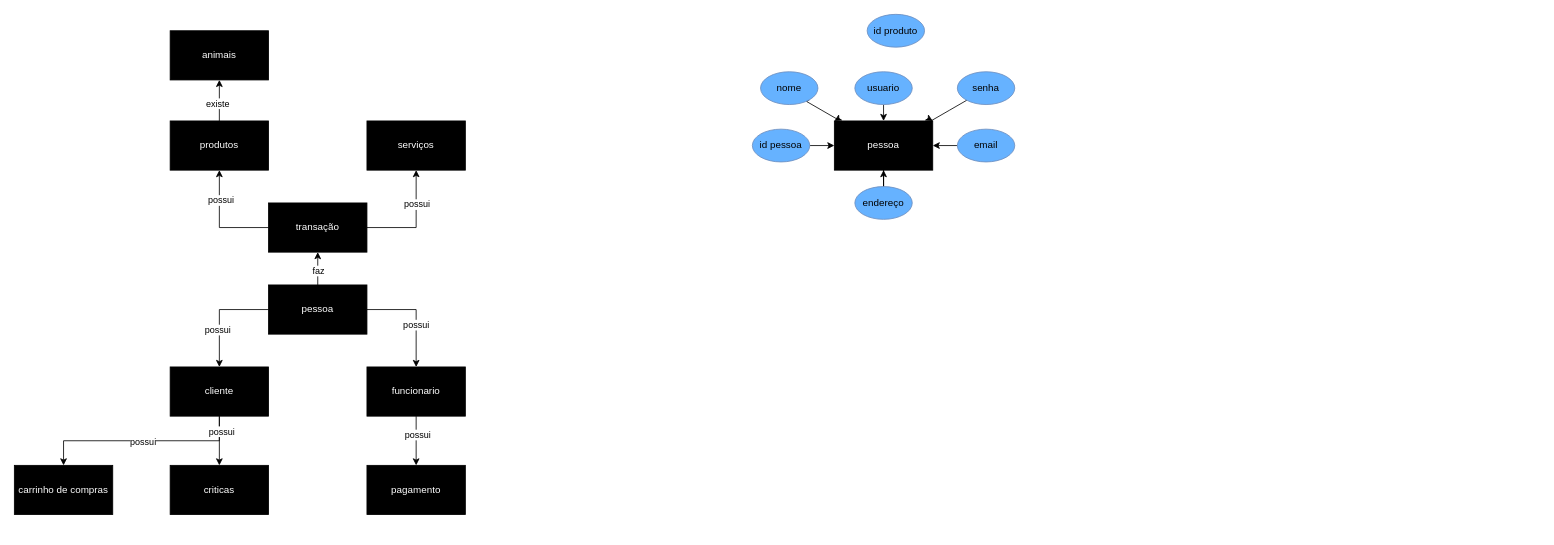
Above: projeto banco de dados.drawio in morteerror404/faculdade_ciber_pucpr_morteerror404 (draw.io), before the change. Source tidied: cells renumbered, new cells numbered last; positions are measured from the earlier drawing's top-left corner, leaving out a move shared by most shapes. Both pictures are drawn from the tidied source at 82%, with x=0, y=0 at pixel (14, 14).
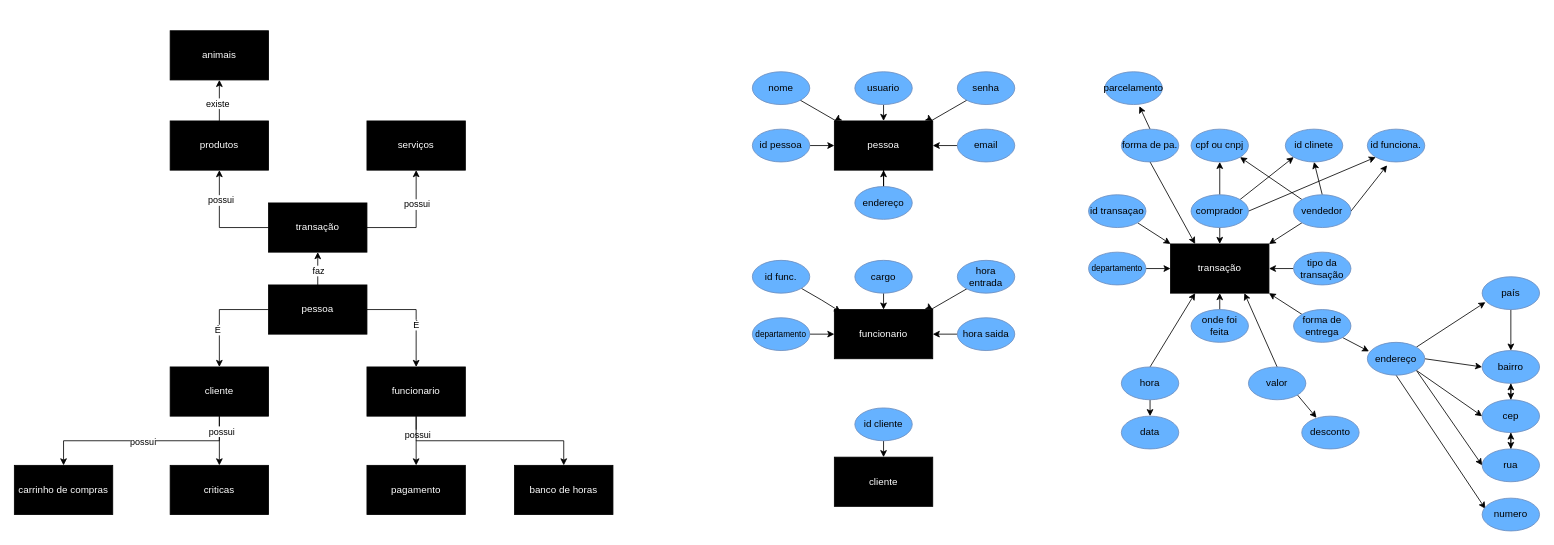
The same diagram, later.

Unchanged cells that the change refers to:
```xml
<mxCell id="2" style="edgeStyle=orthogonalEdgeStyle;rounded=0;jettySize=auto;html=1;exitX=1;exitY=0.5;exitDx=0;exitDy=0;" parent="1" edge="1" source="8" target="17">
  <mxGeometry relative="1" as="geometry" />
</mxCell>
<mxCell id="4" style="edgeStyle=orthogonalEdgeStyle;rounded=0;jettySize=auto;html=1;exitX=0;exitY=0.5;exitDx=0;exitDy=0;entryX=0.5;entryY=0;entryDx=0;entryDy=0;" parent="1" edge="1" source="8" target="14">
  <mxGeometry relative="1" as="geometry" />
</mxCell>
<mxCell id="17" value="&lt;font color=&quot;#ffffff&quot;&gt;funcionario&lt;br&gt;&lt;/font&gt;" style="rounded=0;whiteSpace=wrap;html=1;fillColor=#000000;" parent="1" vertex="1">
  <mxGeometry x="430" y="430" width="120" height="60" as="geometry" />
</mxCell>
```

What changed in the source:
```diff
@@
-    <mxCell id="3" value="possui" style="edgeLabel;html=1;align=center;verticalAlign=middle;" parent="2" vertex="1">
+    <mxCell id="3" value="É" style="edgeLabel;html=1;align=center;verticalAlign=middle;" parent="2" vertex="1">
       <mxGeometry x="0.2" y="-1" relative="1" as="geometry" />
     </mxCell>
@@
-    <mxCell id="5" value="possui" style="edgeLabel;html=1;align=center;verticalAlign=middle;" parent="4" vertex="1">
+    <mxCell id="5" value="É" style="edgeLabel;html=1;align=center;verticalAlign=middle;" parent="4" vertex="1">
       <mxGeometry x="0.29" y="-3" relative="1" as="geometry" />
     </mxCell>
@@
-    <mxCell id="9" value="id produto" style="ellipse;whiteSpace=wrap;html=1;fillColor=#66B2FF;strokeColor=#6c8ebf;" parent="1" vertex="1">
-      <mxGeometry x="1040" width="70" height="40" as="geometry" />
-    </mxCell>
@@
+    <mxCell id="44" style="edgeStyle=orthogonalEdgeStyle;rounded=0;jettySize=auto;html=1;exitX=0.5;exitY=1;exitDx=0;exitDy=0;entryX=0.5;entryY=0;entryDx=0;entryDy=0;" parent="1" edge="1" source="17" target="111">
+      <mxGeometry relative="1" as="geometry" />
+    </mxCell>
@@
     <mxCell id="35" value="nome" style="ellipse;whiteSpace=wrap;html=1;fillColor=#66B2FF;strokeColor=#6c8ebf;" parent="1" vertex="1">
-      <mxGeometry x="910" y="70" width="70" height="40" as="geometry" />
+      <mxGeometry x="900" y="70" width="70" height="40" as="geometry" />
     </mxCell>
@@
+    <mxCell id="45" value="&lt;font color=&quot;#ffffff&quot;&gt;funcionario&lt;br&gt;&lt;/font&gt;" style="rounded=0;whiteSpace=wrap;html=1;fillColor=#000000;" parent="1" vertex="1">
+      <mxGeometry x="1000" y="360" width="120" height="60" as="geometry" />
+    </mxCell>
+    <mxCell id="46" style="edgeStyle=orthogonalEdgeStyle;rounded=0;jettySize=auto;html=1;exitX=0.5;exitY=1;exitDx=0;exitDy=0;entryX=0.5;entryY=0;entryDx=0;entryDy=0;" parent="1" edge="1" source="47" target="45">
+      <mxGeometry relative="1" as="geometry" />
+    </mxCell>
+    <mxCell id="47" value="cargo" style="ellipse;whiteSpace=wrap;html=1;fillColor=#66B2FF;strokeColor=#6c8ebf;" parent="1" vertex="1">
+      <mxGeometry x="1025" y="300" width="70" height="40" as="geometry" />
+    </mxCell>
+    <mxCell id="48" style="edgeStyle=isometricEdgeStyle;rounded=0;jettySize=auto;html=1;exitX=0;exitY=1;exitDx=0;exitDy=0;entryX=1;entryY=0;entryDx=0;entryDy=0;elbow=vertical;" parent="1" edge="1" source="49" target="45">
+      <mxGeometry relative="1" as="geometry" />
+    </mxCell>
+    <mxCell id="49" value="hora entrada" style="ellipse;whiteSpace=wrap;html=1;fillColor=#66B2FF;strokeColor=#6c8ebf;" parent="1" vertex="1">
+      <mxGeometry x="1150" y="300" width="70" height="40" as="geometry" />
+    </mxCell>
+    <mxCell id="50" style="edgeStyle=orthogonalEdgeStyle;rounded=0;jettySize=auto;html=1;exitX=1;exitY=0.5;exitDx=0;exitDy=0;entryX=0;entryY=0.5;entryDx=0;entryDy=0;" parent="1" edge="1" source="51" target="45">
+      <mxGeometry relative="1" as="geometry" />
+    </mxCell>
+    <mxCell id="51" value="&lt;font style=&quot;font-size: 10px;&quot;&gt;departamento&lt;/font&gt;" style="ellipse;whiteSpace=wrap;html=1;fillColor=#66B2FF;strokeColor=#6c8ebf;" parent="1" vertex="1">
+      <mxGeometry x="900" y="370" width="70" height="40" as="geometry" />
+    </mxCell>
+    <mxCell id="52" style="edgeStyle=orthogonalEdgeStyle;rounded=0;jettySize=auto;html=1;exitX=0;exitY=0.5;exitDx=0;exitDy=0;entryX=1;entryY=0.5;entryDx=0;entryDy=0;" parent="1" edge="1" source="53" target="45">
+      <mxGeometry relative="1" as="geometry" />
+    </mxCell>
+    <mxCell id="53" value="hora saida" style="ellipse;whiteSpace=wrap;html=1;fillColor=#66B2FF;strokeColor=#6c8ebf;" parent="1" vertex="1">
+      <mxGeometry x="1150" y="370" width="70" height="40" as="geometry" />
+    </mxCell>
+    <mxCell id="54" value="&lt;font color=&quot;#ffffff&quot;&gt;cliente&lt;br&gt;&lt;/font&gt;" style="rounded=0;whiteSpace=wrap;html=1;fillColor=#000000;" parent="1" vertex="1">
+      <mxGeometry x="1000" y="540" width="120" height="60" as="geometry" />
+    </mxCell>
+    <mxCell id="55" style="edgeStyle=orthogonalEdgeStyle;rounded=0;jettySize=auto;html=1;exitX=0.5;exitY=1;exitDx=0;exitDy=0;entryX=0.5;entryY=0;entryDx=0;entryDy=0;" parent="1" edge="1" source="56" target="54">
+      <mxGeometry relative="1" as="geometry" />
+    </mxCell>
+    <mxCell id="56" value="id cliente" style="ellipse;whiteSpace=wrap;html=1;fillColor=#66B2FF;strokeColor=#6c8ebf;" parent="1" vertex="1">
+      <mxGeometry x="1025" y="480" width="70" height="40" as="geometry" />
+    </mxCell>
+    <mxCell id="57" style="edgeStyle=isometricEdgeStyle;rounded=0;jettySize=auto;html=1;exitX=1;exitY=1;exitDx=0;exitDy=0;entryX=0.067;entryY=0.05;entryDx=0;entryDy=0;entryPerimeter=0;elbow=vertical;" parent="1" edge="1" source="58" target="45">
+      <mxGeometry relative="1" as="geometry" />
+    </mxCell>
+    <mxCell id="58" value="id func." style="ellipse;whiteSpace=wrap;html=1;fillColor=#66B2FF;strokeColor=#6c8ebf;" parent="1" vertex="1">
+      <mxGeometry x="900" y="300" width="70" height="40" as="geometry" />
+    </mxCell>
+    <mxCell id="59" value="&lt;font color=&quot;#ffffff&quot;&gt;transação&lt;br&gt;&lt;/font&gt;" style="rounded=0;whiteSpace=wrap;html=1;fillColor=#000000;" parent="1" vertex="1">
+      <mxGeometry x="1410" y="280" width="120" height="60" as="geometry" />
+    </mxCell>
+    <mxCell id="60" style="edgeStyle=orthogonalEdgeStyle;rounded=0;jettySize=auto;html=1;exitX=0.5;exitY=1;exitDx=0;exitDy=0;entryX=0.5;entryY=0;entryDx=0;entryDy=0;" parent="1" edge="1" source="64" target="59">
+      <mxGeometry relative="1" as="geometry" />
+    </mxCell>
+    <mxCell id="61" style="edgeStyle=none;rounded=0;jettySize=auto;html=1;exitX=0.5;exitY=0;exitDx=0;exitDy=0;entryX=0.5;entryY=1;entryDx=0;entryDy=0;" parent="1" edge="1" source="64" target="89">
+      <mxGeometry relative="1" as="geometry" />
+    </mxCell>
+    <mxCell id="62" style="edgeStyle=none;rounded=0;jettySize=auto;html=1;exitX=1;exitY=0;exitDx=0;exitDy=0;entryX=0;entryY=1;entryDx=0;entryDy=0;" parent="1" edge="1" source="64" target="112">
+      <mxGeometry relative="1" as="geometry" />
+    </mxCell>
+    <mxCell id="63" style="edgeStyle=none;rounded=0;jettySize=auto;html=1;exitX=1;exitY=0.5;exitDx=0;exitDy=0;entryX=0;entryY=1;entryDx=0;entryDy=0;" parent="1" edge="1" source="64" target="76">
+      <mxGeometry relative="1" as="geometry" />
+    </mxCell>
+    <mxCell id="64" value="comprador" style="ellipse;whiteSpace=wrap;html=1;fillColor=#66B2FF;strokeColor=#6c8ebf;" parent="1" vertex="1">
+      <mxGeometry x="1435" y="220" width="70" height="40" as="geometry" />
+    </mxCell>
+    <mxCell id="65" style="edgeStyle=none;rounded=0;jettySize=auto;html=1;exitX=1;exitY=1;exitDx=0;exitDy=0;entryX=0;entryY=0;entryDx=0;entryDy=0;" parent="1" edge="1" source="66" target="59">
+      <mxGeometry relative="1" as="geometry" />
+    </mxCell>
+    <mxCell id="66" value="id transaçao" style="ellipse;whiteSpace=wrap;html=1;fillColor=#66B2FF;strokeColor=#6c8ebf;" parent="1" vertex="1">
+      <mxGeometry x="1310" y="220" width="70" height="40" as="geometry" />
+    </mxCell>
+    <mxCell id="67" style="edgeStyle=none;rounded=0;jettySize=auto;html=1;exitX=0;exitY=1;exitDx=0;exitDy=0;entryX=1;entryY=0;entryDx=0;entryDy=0;" parent="1" edge="1" source="71" target="59">
+      <mxGeometry relative="1" as="geometry" />
+    </mxCell>
+    <mxCell id="68" style="edgeStyle=none;rounded=0;jettySize=auto;html=1;exitX=0;exitY=0;exitDx=0;exitDy=0;entryX=1;entryY=1;entryDx=0;entryDy=0;" parent="1" edge="1" source="71" target="89">
+      <mxGeometry relative="1" as="geometry" />
+    </mxCell>
+    <mxCell id="69" style="edgeStyle=none;rounded=0;jettySize=auto;html=1;exitX=0.5;exitY=0;exitDx=0;exitDy=0;entryX=0.5;entryY=1;entryDx=0;entryDy=0;" parent="1" edge="1" source="71" target="112">
+      <mxGeometry relative="1" as="geometry" />
+    </mxCell>
+    <mxCell id="70" style="edgeStyle=none;rounded=0;jettySize=auto;html=1;exitX=1;exitY=0.5;exitDx=0;exitDy=0;entryX=0.344;entryY=1.102;entryDx=0;entryDy=0;entryPerimeter=0;" parent="1" edge="1" source="71" target="76">
+      <mxGeometry relative="1" as="geometry" />
+    </mxCell>
+    <mxCell id="71" value="vendedor" style="ellipse;whiteSpace=wrap;html=1;fillColor=#66B2FF;strokeColor=#6c8ebf;" parent="1" vertex="1">
+      <mxGeometry x="1560" y="220" width="70" height="40" as="geometry" />
+    </mxCell>
+    <mxCell id="72" style="edgeStyle=orthogonalEdgeStyle;rounded=0;jettySize=auto;html=1;exitX=1;exitY=0.5;exitDx=0;exitDy=0;entryX=0;entryY=0.5;entryDx=0;entryDy=0;" parent="1" edge="1" source="73" target="59">
+      <mxGeometry relative="1" as="geometry" />
+    </mxCell>
+    <mxCell id="73" value="&lt;font style=&quot;font-size: 10px;&quot;&gt;departamento&lt;/font&gt;" style="ellipse;whiteSpace=wrap;html=1;fillColor=#66B2FF;strokeColor=#6c8ebf;" parent="1" vertex="1">
+      <mxGeometry x="1310" y="290" width="70" height="40" as="geometry" />
+    </mxCell>
+    <mxCell id="74" style="edgeStyle=orthogonalEdgeStyle;rounded=0;jettySize=auto;html=1;exitX=0;exitY=0.5;exitDx=0;exitDy=0;entryX=1;entryY=0.5;entryDx=0;entryDy=0;" parent="1" edge="1" source="75" target="59">
+      <mxGeometry relative="1" as="geometry" />
+    </mxCell>
+    <mxCell id="75" value="tipo da transação" style="ellipse;whiteSpace=wrap;html=1;fillColor=#66B2FF;strokeColor=#6c8ebf;" parent="1" vertex="1">
+      <mxGeometry x="1560" y="290" width="70" height="40" as="geometry" />
+    </mxCell>
+    <mxCell id="76" value="id funciona." style="ellipse;whiteSpace=wrap;html=1;fillColor=#66B2FF;strokeColor=#6c8ebf;" parent="1" vertex="1">
+      <mxGeometry x="1650" y="140" width="70" height="40" as="geometry" />
+    </mxCell>
+    <mxCell id="77" style="edgeStyle=orthogonalEdgeStyle;rounded=0;jettySize=auto;html=1;exitX=0.5;exitY=0;exitDx=0;exitDy=0;entryX=0.5;entryY=1;entryDx=0;entryDy=0;" parent="1" edge="1" source="78" target="59">
+      <mxGeometry relative="1" as="geometry" />
+    </mxCell>
+    <mxCell id="78" value="onde foi feita" style="ellipse;whiteSpace=wrap;html=1;fillColor=#66B2FF;strokeColor=#6c8ebf;" parent="1" vertex="1">
+      <mxGeometry x="1435" y="360" width="70" height="40" as="geometry" />
+    </mxCell>
+    <mxCell id="79" style="edgeStyle=none;rounded=0;jettySize=auto;html=1;exitX=0;exitY=0;exitDx=0;exitDy=0;entryX=1;entryY=1;entryDx=0;entryDy=0;" parent="1" edge="1" source="81" target="59">
+      <mxGeometry relative="1" as="geometry" />
+    </mxCell>
+    <mxCell id="80" style="edgeStyle=none;rounded=0;jettySize=auto;html=1;exitX=1;exitY=1;exitDx=0;exitDy=0;entryX=0.029;entryY=0.275;entryDx=0;entryDy=0;entryPerimeter=0;" parent="1" edge="1" source="81" target="99">
+      <mxGeometry relative="1" as="geometry" />
+    </mxCell>
+    <mxCell id="81" value="forma de entrega" style="ellipse;whiteSpace=wrap;html=1;fillColor=#66B2FF;strokeColor=#6c8ebf;" parent="1" vertex="1">
+      <mxGeometry x="1560" y="360" width="70" height="40" as="geometry" />
+    </mxCell>
+    <mxCell id="82" style="rounded=0;jettySize=auto;html=1;exitX=0.5;exitY=0;exitDx=0;exitDy=0;entryX=0.25;entryY=1;entryDx=0;entryDy=0;" parent="1" edge="1" source="84" target="59">
+      <mxGeometry relative="1" as="geometry" />
+    </mxCell>
+    <mxCell id="83" style="edgeStyle=none;rounded=0;jettySize=auto;html=1;exitX=0.5;exitY=1;exitDx=0;exitDy=0;entryX=0.5;entryY=0;entryDx=0;entryDy=0;" parent="1" edge="1" source="84" target="110">
+      <mxGeometry relative="1" as="geometry" />
+    </mxCell>
+    <mxCell id="84" value="hora" style="ellipse;whiteSpace=wrap;html=1;fillColor=#66B2FF;strokeColor=#6c8ebf;" parent="1" vertex="1">
+      <mxGeometry x="1350" y="430" width="70" height="40" as="geometry" />
+    </mxCell>
+    <mxCell id="85" style="rounded=0;jettySize=auto;html=1;exitX=0.5;exitY=0;exitDx=0;exitDy=0;entryX=0.75;entryY=1;entryDx=0;entryDy=0;" parent="1" edge="1" source="87" target="59">
+      <mxGeometry relative="1" as="geometry" />
+    </mxCell>
+    <mxCell id="86" style="edgeStyle=none;rounded=0;jettySize=auto;html=1;exitX=1;exitY=1;exitDx=0;exitDy=0;entryX=0.257;entryY=0.05;entryDx=0;entryDy=0;entryPerimeter=0;" parent="1" edge="1" source="87" target="88">
+      <mxGeometry relative="1" as="geometry" />
+    </mxCell>
+    <mxCell id="87" value="valor" style="ellipse;whiteSpace=wrap;html=1;fillColor=#66B2FF;strokeColor=#6c8ebf;" parent="1" vertex="1">
+      <mxGeometry x="1505" y="430" width="70" height="40" as="geometry" />
+    </mxCell>
+    <mxCell id="88" value="desconto" style="ellipse;whiteSpace=wrap;html=1;fillColor=#66B2FF;strokeColor=#6c8ebf;" parent="1" vertex="1">
+      <mxGeometry x="1570" y="490" width="70" height="40" as="geometry" />
+    </mxCell>
+    <mxCell id="89" value="cpf ou cnpj" style="ellipse;whiteSpace=wrap;html=1;fillColor=#66B2FF;strokeColor=#6c8ebf;" parent="1" vertex="1">
+      <mxGeometry x="1435" y="140" width="70" height="40" as="geometry" />
+    </mxCell>
+    <mxCell id="90" style="edgeStyle=none;rounded=0;jettySize=auto;html=1;exitX=0.5;exitY=1;exitDx=0;exitDy=0;entryX=0.25;entryY=0;entryDx=0;entryDy=0;" parent="1" edge="1" source="92" target="59">
+      <mxGeometry relative="1" as="geometry" />
+    </mxCell>
+    <mxCell id="91" style="edgeStyle=none;rounded=0;jettySize=auto;html=1;exitX=0.5;exitY=0;exitDx=0;exitDy=0;entryX=0.6;entryY=1.05;entryDx=0;entryDy=0;entryPerimeter=0;" parent="1" edge="1" source="92" target="93">
+      <mxGeometry relative="1" as="geometry" />
+    </mxCell>
+    <mxCell id="92" value="forma de pa." style="ellipse;whiteSpace=wrap;html=1;fillColor=#66B2FF;strokeColor=#6c8ebf;" parent="1" vertex="1">
+      <mxGeometry x="1350" y="140" width="70" height="40" as="geometry" />
+    </mxCell>
+    <mxCell id="93" value="parcelamento" style="ellipse;whiteSpace=wrap;html=1;fillColor=#66B2FF;strokeColor=#6c8ebf;" parent="1" vertex="1">
+      <mxGeometry x="1330" y="70" width="70" height="40" as="geometry" />
+    </mxCell>
+    <mxCell id="94" style="edgeStyle=none;rounded=0;jettySize=auto;html=1;exitX=1;exitY=0;exitDx=0;exitDy=0;entryX=0.057;entryY=0.775;entryDx=0;entryDy=0;entryPerimeter=0;" parent="1" edge="1" source="99" target="108">
+      <mxGeometry relative="1" as="geometry" />
+    </mxCell>
+    <mxCell id="95" style="edgeStyle=none;rounded=0;jettySize=auto;html=1;exitX=1;exitY=0.5;exitDx=0;exitDy=0;entryX=0;entryY=0.5;entryDx=0;entryDy=0;" parent="1" edge="1" source="99" target="106">
+      <mxGeometry relative="1" as="geometry" />
+    </mxCell>
+    <mxCell id="96" style="edgeStyle=none;rounded=0;jettySize=auto;html=1;exitX=1;exitY=1;exitDx=0;exitDy=0;entryX=0;entryY=0.5;entryDx=0;entryDy=0;" parent="1" edge="1" source="99" target="104">
+      <mxGeometry relative="1" as="geometry" />
+    </mxCell>
+    <mxCell id="97" style="edgeStyle=none;rounded=0;jettySize=auto;html=1;exitX=1;exitY=1;exitDx=0;exitDy=0;entryX=0;entryY=0.5;entryDx=0;entryDy=0;" parent="1" edge="1" source="99" target="102">
+      <mxGeometry relative="1" as="geometry" />
+    </mxCell>
+    <mxCell id="98" style="edgeStyle=none;rounded=0;jettySize=auto;html=1;exitX=0.5;exitY=1;exitDx=0;exitDy=0;entryX=0.057;entryY=0.325;entryDx=0;entryDy=0;entryPerimeter=0;" parent="1" edge="1" source="99" target="109">
+      <mxGeometry relative="1" as="geometry" />
+    </mxCell>
+    <mxCell id="99" value="endereço" style="ellipse;whiteSpace=wrap;html=1;fillColor=#66B2FF;strokeColor=#6c8ebf;" parent="1" vertex="1">
+      <mxGeometry x="1650" y="400" width="70" height="40" as="geometry" />
+    </mxCell>
+    <mxCell id="100" style="edgeStyle=none;rounded=0;jettySize=auto;html=1;exitX=0.5;exitY=0;exitDx=0;exitDy=0;entryX=0.5;entryY=1;entryDx=0;entryDy=0;" parent="1" edge="1" source="102" target="106">
+      <mxGeometry relative="1" as="geometry" />
+    </mxCell>
+    <mxCell id="101" style="edgeStyle=none;rounded=0;jettySize=auto;html=1;exitX=0.5;exitY=1;exitDx=0;exitDy=0;entryX=0.5;entryY=0;entryDx=0;entryDy=0;" parent="1" edge="1" source="102" target="104">
+      <mxGeometry relative="1" as="geometry" />
+    </mxCell>
+    <mxCell id="102" value="cep" style="ellipse;whiteSpace=wrap;html=1;fillColor=#66B2FF;strokeColor=#6c8ebf;" parent="1" vertex="1">
+      <mxGeometry x="1790" y="470" width="70" height="40" as="geometry" />
+    </mxCell>
+    <mxCell id="103" style="edgeStyle=none;rounded=0;jettySize=auto;html=1;exitX=0.5;exitY=0;exitDx=0;exitDy=0;entryX=0.5;entryY=1;entryDx=0;entryDy=0;" parent="1" edge="1" source="104" target="102">
+      <mxGeometry relative="1" as="geometry" />
+    </mxCell>
+    <mxCell id="104" value="rua" style="ellipse;whiteSpace=wrap;html=1;fillColor=#66B2FF;strokeColor=#6c8ebf;" parent="1" vertex="1">
+      <mxGeometry x="1790" y="530" width="70" height="40" as="geometry" />
+    </mxCell>
+    <mxCell id="105" style="edgeStyle=none;rounded=0;jettySize=auto;html=1;exitX=0.5;exitY=1;exitDx=0;exitDy=0;" parent="1" edge="1" source="106">
+      <mxGeometry relative="1" as="geometry">
+        <mxPoint x="1825" y="470" as="targetPoint" />
+      </mxGeometry>
+    </mxCell>
+    <mxCell id="106" value="bairro" style="ellipse;whiteSpace=wrap;html=1;fillColor=#66B2FF;strokeColor=#6c8ebf;" parent="1" vertex="1">
+      <mxGeometry x="1790" y="410" width="70" height="40" as="geometry" />
+    </mxCell>
+    <mxCell id="107" style="edgeStyle=none;rounded=0;jettySize=auto;html=1;exitX=0.5;exitY=1;exitDx=0;exitDy=0;entryX=0.5;entryY=0;entryDx=0;entryDy=0;" parent="1" edge="1" source="108" target="106">
+      <mxGeometry relative="1" as="geometry" />
+    </mxCell>
+    <mxCell id="108" value="país" style="ellipse;whiteSpace=wrap;html=1;fillColor=#66B2FF;strokeColor=#6c8ebf;" parent="1" vertex="1">
+      <mxGeometry x="1790" y="320" width="70" height="40" as="geometry" />
+    </mxCell>
+    <mxCell id="109" value="numero" style="ellipse;whiteSpace=wrap;html=1;fillColor=#66B2FF;strokeColor=#6c8ebf;" parent="1" vertex="1">
+      <mxGeometry x="1790" y="590" width="70" height="40" as="geometry" />
+    </mxCell>
+    <mxCell id="110" value="data" style="ellipse;whiteSpace=wrap;html=1;fillColor=#66B2FF;strokeColor=#6c8ebf;" parent="1" vertex="1">
+      <mxGeometry x="1350" y="490" width="70" height="40" as="geometry" />
+    </mxCell>
+    <mxCell id="111" value="&lt;font color=&quot;#ffffff&quot;&gt;banco de horas&lt;br&gt;&lt;/font&gt;" style="rounded=0;whiteSpace=wrap;html=1;fillColor=#000000;" parent="1" vertex="1">
+      <mxGeometry x="610" y="550" width="120" height="60" as="geometry" />
+    </mxCell>
+    <mxCell id="112" value="id clinete" style="ellipse;whiteSpace=wrap;html=1;fillColor=#66B2FF;strokeColor=#6c8ebf;" parent="1" vertex="1">
+      <mxGeometry x="1550" y="140" width="70" height="40" as="geometry" />
+    </mxCell>
```
